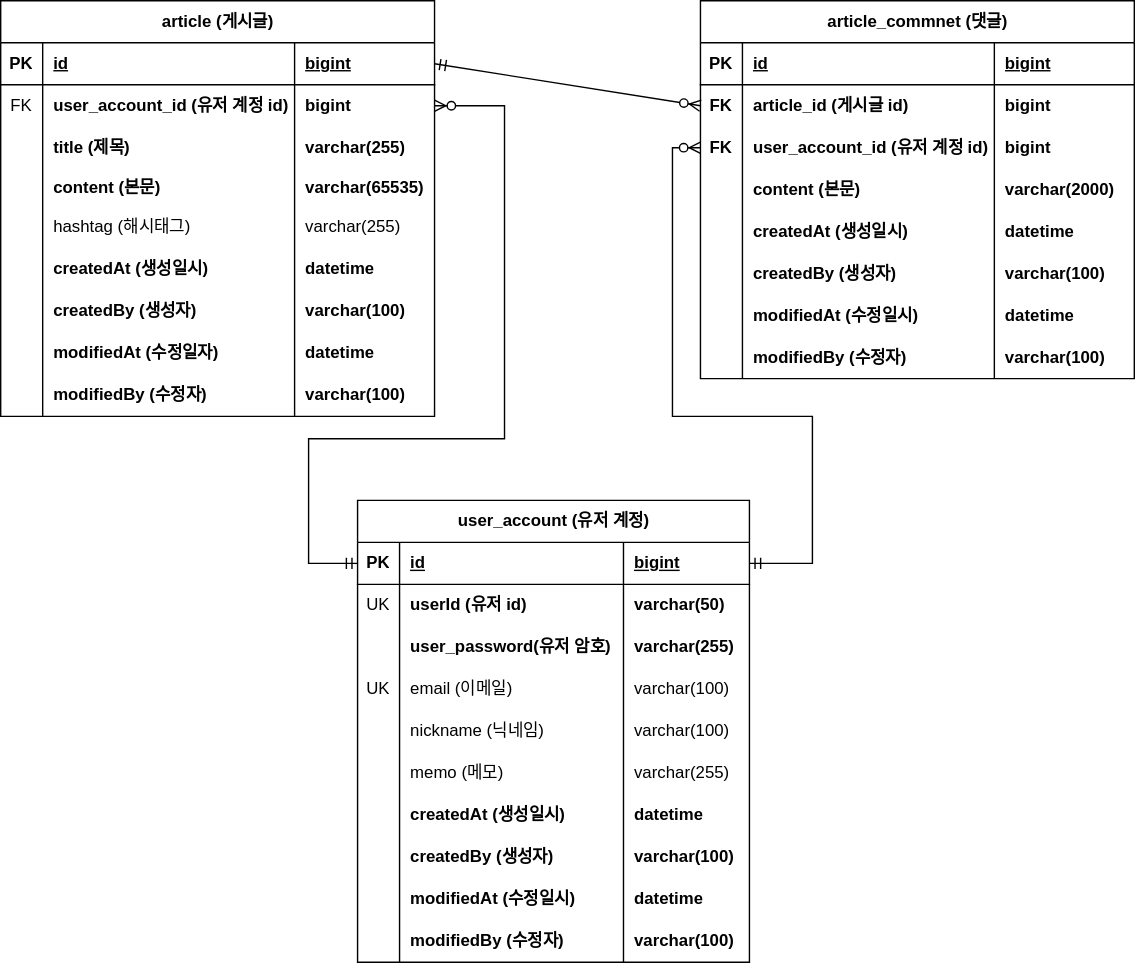
codingNoob12/fastcampus-project-board keeps this draw.io diagram as document/project-board-erd.svg. Above is the earlier version. Source tidied: cells renumbered, new cells last; positions are measured from the earlier drawing's top-left corner, leaving out a move shared by most shapes.
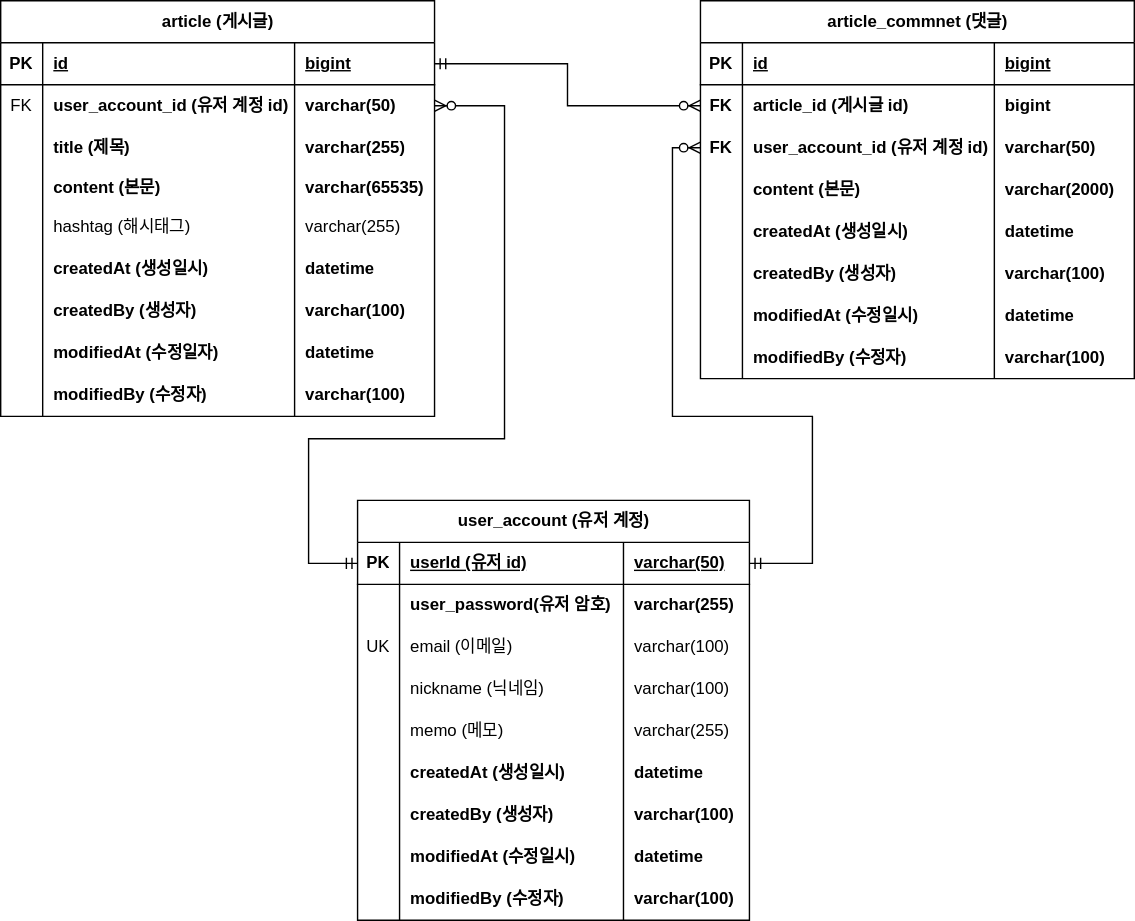
Above is the later version.

Commit message:
#43 - ERD 문서 수정: 회원 계쩡 user_id를 PK로 변경

The edit, as a diff of the source:
```diff
@@ -26,7 +26,7 @@
     <mxCell id="9" value="user_account_id (유저 계정 id)" style="shape=partialRectangle;fillColor=none;top=0;left=0;bottom=0;right=0;align=left;spacingLeft=6;overflow=hidden;whiteSpace=wrap;html=1;fontStyle=1;" parent="7" vertex="1">
       <mxGeometry x="30" width="180" height="30" as="geometry" />
     </mxCell>
-    <mxCell id="10" value="bigint" style="shape=partialRectangle;fillColor=none;top=0;left=0;bottom=0;right=0;align=left;spacingLeft=6;overflow=hidden;whiteSpace=wrap;html=1;fontStyle=1;" parent="7" vertex="1">
+    <mxCell id="10" value="&lt;span style=&quot;&quot;&gt;varchar(50)&lt;/span&gt;" style="shape=partialRectangle;fillColor=none;top=0;left=0;bottom=0;right=0;align=left;spacingLeft=6;overflow=hidden;whiteSpace=wrap;html=1;fontStyle=1;" parent="7" vertex="1">
       <mxGeometry x="210" width="100" height="30" as="geometry" />
     </mxCell>
     <mxCell id="11" style="shape=tableRow;horizontal=0;startSize=0;swimlaneHead=0;swimlaneBody=0;fillColor=none;top=0;left=0;right=0;bottom=0;" parent="2" vertex="1">
@@ -149,7 +149,7 @@
     <mxCell id="50" value="user_account_id (유저 계정 id)" style="shape=partialRectangle;fillColor=none;top=0;left=0;bottom=0;right=0;align=left;spacingLeft=6;overflow=hidden;whiteSpace=wrap;html=1;fontStyle=1;" parent="48" vertex="1">
       <mxGeometry x="30" width="180" height="30" as="geometry" />
     </mxCell>
-    <mxCell id="51" value="bigint" style="shape=partialRectangle;fillColor=none;top=0;left=0;bottom=0;right=0;align=left;spacingLeft=6;overflow=hidden;whiteSpace=wrap;html=1;fontStyle=1;" parent="48" vertex="1">
+    <mxCell id="51" value="varchar(50)" style="shape=partialRectangle;fillColor=none;top=0;left=0;bottom=0;right=0;align=left;spacingLeft=6;overflow=hidden;whiteSpace=wrap;html=1;fontStyle=1;" parent="48" vertex="1">
       <mxGeometry x="210" width="100" height="30" as="geometry" />
     </mxCell>
     <mxCell id="52" style="shape=tableRow;horizontal=0;startSize=0;swimlaneHead=0;swimlaneBody=0;fillColor=none;top=0;left=0;right=0;bottom=0;" parent="39" vertex="1">
@@ -212,11 +212,11 @@
     <mxCell id="71" value="varchar(100)" style="shape=partialRectangle;fillColor=none;top=0;left=0;bottom=0;right=0;align=left;spacingLeft=6;overflow=hidden;whiteSpace=wrap;html=1;fontStyle=1;" parent="68" vertex="1">
       <mxGeometry x="210" width="100" height="30" as="geometry" />
     </mxCell>
-    <mxCell id="72" style="fontSize=12;html=1;endArrow=ERzeroToMany;startArrow=ERmandOne;rounded=0;exitX=1;exitY=0.5;exitDx=0;exitDy=0;entryX=0;entryY=0.5;entryDx=0;entryDy=0;" parent="1" edge="1" source="3" target="44">
+    <mxCell id="72" style="fontSize=12;html=1;endArrow=ERzeroToMany;startArrow=ERmandOne;rounded=0;exitX=1;exitY=0.5;exitDx=0;exitDy=0;entryX=0;entryY=0.5;entryDx=0;entryDy=0;edgeStyle=orthogonalEdgeStyle;" parent="1" edge="1" source="3" target="44">
       <mxGeometry relative="1" as="geometry" />
     </mxCell>
     <mxCell id="73" value="user_account (유저 계정)" style="shape=table;startSize=30;rowLines=0;fontStyle=1;align=center;html=1;" parent="1" vertex="1">
-      <mxGeometry x="255" y="357" width="280" height="330" as="geometry" />
+      <mxGeometry x="255" y="357" width="280" height="300" as="geometry" />
     </mxCell>
     <mxCell id="74" style="shape=tableRow;horizontal=0;startSize=0;swimlaneHead=0;swimlaneBody=0;fillColor=none;points=[[0,0.5],[1,0.5]];portConstraint=eastwest;top=0;left=0;right=0;bottom=1;" parent="73" vertex="1">
       <mxGeometry y="30" width="280" height="30" as="geometry" />
@@ -224,26 +224,14 @@
     <mxCell id="75" value="PK" style="shape=partialRectangle;fillColor=none;top=0;left=0;bottom=0;right=0;fontStyle=1;overflow=hidden;whiteSpace=wrap;html=1;" parent="74" vertex="1">
       <mxGeometry width="30" height="30" as="geometry" />
     </mxCell>
-    <mxCell id="76" value="id" style="shape=partialRectangle;fillColor=none;top=0;left=0;bottom=0;right=0;align=left;spacingLeft=6;fontStyle=5;overflow=hidden;whiteSpace=wrap;html=1;" parent="74" vertex="1">
+    <mxCell id="76" value="userId (유저 id)" style="shape=partialRectangle;fillColor=none;top=0;left=0;bottom=0;right=0;align=left;spacingLeft=6;fontStyle=5;overflow=hidden;whiteSpace=wrap;html=1;" parent="74" vertex="1">
       <mxGeometry x="30" width="160" height="30" as="geometry" />
     </mxCell>
-    <mxCell id="77" value="bigint" style="shape=partialRectangle;fillColor=none;top=0;left=0;bottom=0;right=0;align=left;spacingLeft=6;fontStyle=5;overflow=hidden;whiteSpace=wrap;html=1;" parent="74" vertex="1">
+    <mxCell id="77" value="varchar(50)" style="shape=partialRectangle;fillColor=none;top=0;left=0;bottom=0;right=0;align=left;spacingLeft=6;fontStyle=5;overflow=hidden;whiteSpace=wrap;html=1;" parent="74" vertex="1">
       <mxGeometry x="190" width="90" height="30" as="geometry" />
     </mxCell>
-    <mxCell id="78" style="shape=tableRow;horizontal=0;startSize=0;swimlaneHead=0;swimlaneBody=0;fillColor=none;top=0;left=0;right=0;bottom=0;" parent="73" vertex="1">
-      <mxGeometry y="60" width="280" height="30" as="geometry" />
-    </mxCell>
-    <mxCell id="79" value="UK" style="shape=partialRectangle;fillColor=none;top=0;left=0;bottom=0;right=0;overflow=hidden;whiteSpace=wrap;html=1;" parent="78" vertex="1">
-      <mxGeometry width="30" height="30" as="geometry" />
-    </mxCell>
-    <mxCell id="80" value="userId (유저 id)" style="shape=partialRectangle;fillColor=none;top=0;left=0;bottom=0;right=0;align=left;spacingLeft=6;overflow=hidden;whiteSpace=wrap;html=1;fontStyle=1;" parent="78" vertex="1">
-      <mxGeometry x="30" width="160" height="30" as="geometry" />
-    </mxCell>
-    <mxCell id="81" value="varchar(50)" style="shape=partialRectangle;fillColor=none;top=0;left=0;bottom=0;right=0;align=left;spacingLeft=6;overflow=hidden;whiteSpace=wrap;html=1;fontStyle=1;" parent="78" vertex="1">
-      <mxGeometry x="190" width="90" height="30" as="geometry" />
-    </mxCell>
     <mxCell id="82" style="shape=tableRow;horizontal=0;startSize=0;swimlaneHead=0;swimlaneBody=0;fillColor=none;top=0;left=0;right=0;bottom=0;" parent="73" vertex="1">
-      <mxGeometry y="90" width="280" height="30" as="geometry" />
+      <mxGeometry y="60" width="280" height="30" as="geometry" />
     </mxCell>
     <mxCell id="83" style="shape=partialRectangle;fillColor=none;top=0;left=0;bottom=0;right=0;overflow=hidden;whiteSpace=wrap;html=1;" parent="82" vertex="1">
       <mxGeometry width="30" height="30" as="geometry" />
@@ -255,7 +243,7 @@
       <mxGeometry x="190" width="90" height="30" as="geometry" />
     </mxCell>
     <mxCell id="86" style="shape=tableRow;horizontal=0;startSize=0;swimlaneHead=0;swimlaneBody=0;fillColor=none;top=0;left=0;right=0;bottom=0;" parent="73" vertex="1">
-      <mxGeometry y="120" width="280" height="30" as="geometry" />
+      <mxGeometry y="90" width="280" height="30" as="geometry" />
     </mxCell>
     <mxCell id="87" value="UK" style="shape=partialRectangle;fillColor=none;top=0;left=0;bottom=0;right=0;overflow=hidden;whiteSpace=wrap;html=1;" parent="86" vertex="1">
       <mxGeometry width="30" height="30" as="geometry" />
@@ -267,7 +255,7 @@
       <mxGeometry x="190" width="90" height="30" as="geometry" />
     </mxCell>
     <mxCell id="90" style="shape=tableRow;horizontal=0;startSize=0;swimlaneHead=0;swimlaneBody=0;fillColor=none;top=0;left=0;right=0;bottom=0;" parent="73" vertex="1">
-      <mxGeometry y="150" width="280" height="30" as="geometry" />
+      <mxGeometry y="120" width="280" height="30" as="geometry" />
     </mxCell>
     <mxCell id="91" style="shape=partialRectangle;fillColor=none;top=0;left=0;bottom=0;right=0;overflow=hidden;whiteSpace=wrap;html=1;" parent="90" vertex="1">
       <mxGeometry width="30" height="30" as="geometry" />
@@ -279,7 +267,7 @@
       <mxGeometry x="190" width="90" height="30" as="geometry" />
     </mxCell>
     <mxCell id="94" style="shape=tableRow;horizontal=0;startSize=0;swimlaneHead=0;swimlaneBody=0;fillColor=none;top=0;left=0;right=0;bottom=0;" parent="73" vertex="1">
-      <mxGeometry y="180" width="280" height="30" as="geometry" />
+      <mxGeometry y="150" width="280" height="30" as="geometry" />
     </mxCell>
     <mxCell id="95" style="shape=partialRectangle;fillColor=none;top=0;left=0;bottom=0;right=0;overflow=hidden;whiteSpace=wrap;html=1;" parent="94" vertex="1">
       <mxGeometry width="30" height="30" as="geometry" />
@@ -291,7 +279,7 @@
       <mxGeometry x="190" width="90" height="30" as="geometry" />
     </mxCell>
     <mxCell id="98" style="shape=tableRow;horizontal=0;startSize=0;swimlaneHead=0;swimlaneBody=0;fillColor=none;top=0;left=0;right=0;bottom=0;" parent="73" vertex="1">
-      <mxGeometry y="210" width="280" height="30" as="geometry" />
+      <mxGeometry y="180" width="280" height="30" as="geometry" />
     </mxCell>
     <mxCell id="99" style="shape=partialRectangle;fillColor=none;top=0;left=0;bottom=0;right=0;overflow=hidden;whiteSpace=wrap;html=1;" parent="98" vertex="1">
       <mxGeometry width="30" height="30" as="geometry" />
@@ -303,7 +291,7 @@
       <mxGeometry x="190" width="90" height="30" as="geometry" />
     </mxCell>
     <mxCell id="102" style="shape=tableRow;horizontal=0;startSize=0;swimlaneHead=0;swimlaneBody=0;fillColor=none;top=0;left=0;right=0;bottom=0;" parent="73" vertex="1">
-      <mxGeometry y="240" width="280" height="30" as="geometry" />
+      <mxGeometry y="210" width="280" height="30" as="geometry" />
     </mxCell>
     <mxCell id="103" style="shape=partialRectangle;fillColor=none;top=0;left=0;bottom=0;right=0;overflow=hidden;whiteSpace=wrap;html=1;" parent="102" vertex="1">
       <mxGeometry width="30" height="30" as="geometry" />
@@ -315,7 +303,7 @@
       <mxGeometry x="190" width="90" height="30" as="geometry" />
     </mxCell>
     <mxCell id="106" style="shape=tableRow;horizontal=0;startSize=0;swimlaneHead=0;swimlaneBody=0;fillColor=none;top=0;left=0;right=0;bottom=0;" parent="73" vertex="1">
-      <mxGeometry y="270" width="280" height="30" as="geometry" />
+      <mxGeometry y="240" width="280" height="30" as="geometry" />
     </mxCell>
     <mxCell id="107" style="shape=partialRectangle;fillColor=none;top=0;left=0;bottom=0;right=0;overflow=hidden;whiteSpace=wrap;html=1;" parent="106" vertex="1">
       <mxGeometry width="30" height="30" as="geometry" />
@@ -327,7 +315,7 @@
       <mxGeometry x="190" width="90" height="30" as="geometry" />
     </mxCell>
     <mxCell id="110" style="shape=tableRow;horizontal=0;startSize=0;swimlaneHead=0;swimlaneBody=0;fillColor=none;top=0;left=0;right=0;bottom=0;" parent="73" vertex="1">
-      <mxGeometry y="300" width="280" height="30" as="geometry" />
+      <mxGeometry y="270" width="280" height="30" as="geometry" />
     </mxCell>
     <mxCell id="111" style="shape=partialRectangle;fillColor=none;top=0;left=0;bottom=0;right=0;overflow=hidden;whiteSpace=wrap;html=1;" parent="110" vertex="1">
       <mxGeometry width="30" height="30" as="geometry" />
```
